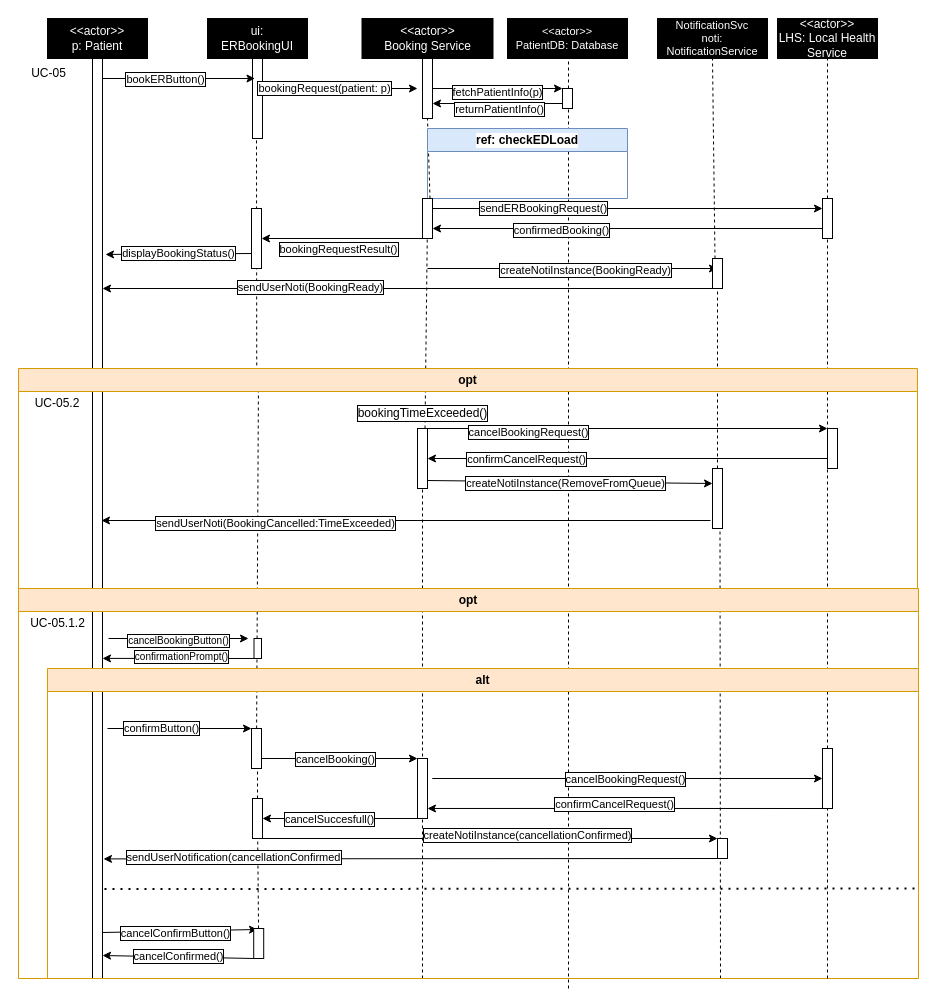
This is booking_er_sequence.drawio from uvic-teach/project-m1-team8, a draw.io file, before an edit. Source tidied: cells renumbered, new cells numbered last; positions are measured from the earlier drawing's top-left corner, leaving out a move shared by most shapes. Both pictures are drawn from the tidied source at 100%, with x=0, y=0 at pixel (17, 18).
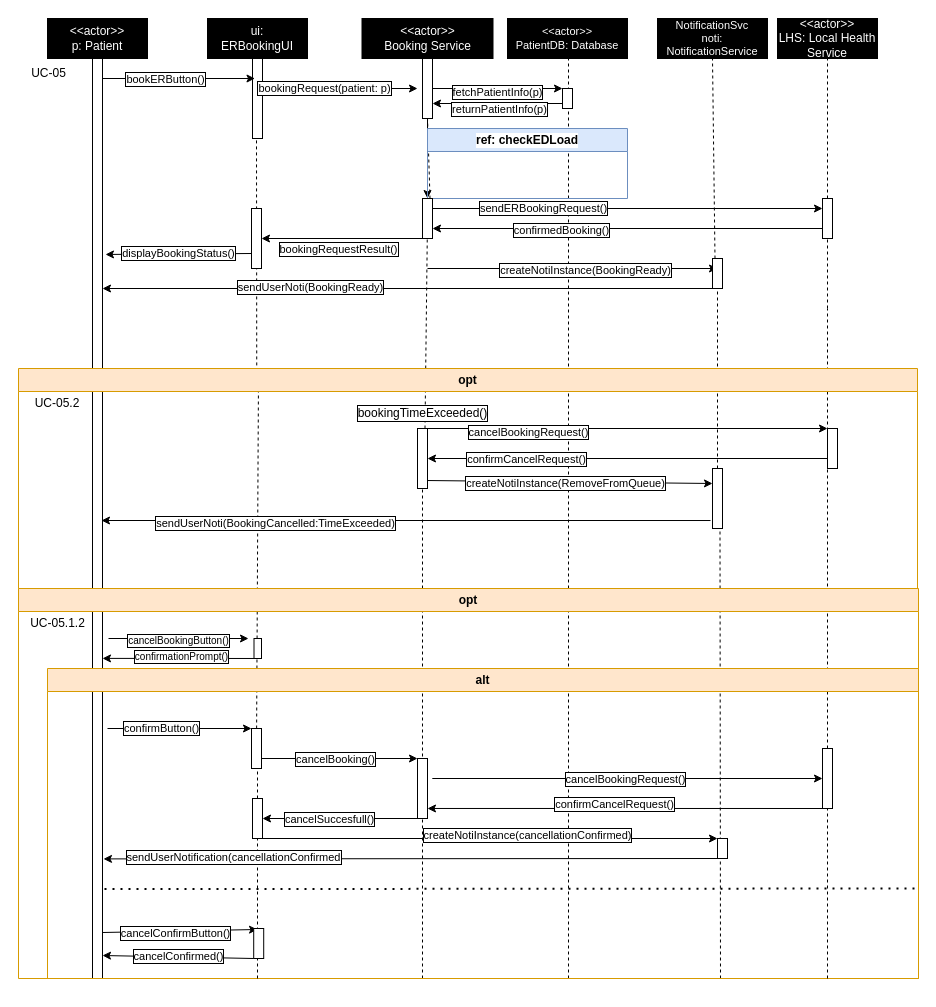
The same diagram, later.

The change refers to these unchanged cells:
```xml
<mxCell id="13" style="rounded=0;whiteSpace=wrap;html=1;" parent="1" vertex="1">
  <mxGeometry x="405" y="40" width="10" height="60" as="geometry" />
</mxCell>
<mxCell id="63" style="rounded=0;whiteSpace=wrap;html=1;" parent="1" vertex="1">
  <mxGeometry x="235" y="780" width="10" height="40" as="geometry" />
</mxCell>
<mxCell id="70" style="rounded=0;whiteSpace=wrap;html=1;" parent="1" vertex="1">
  <mxGeometry x="236.2" y="910" width="10" height="30" as="geometry" />
</mxCell>
<mxCell id="75" style="endArrow=classic;html=1;rounded=0;entryX=1;entryY=0.75;entryDx=0;entryDy=0;exitX=0;exitY=0.75;exitDx=0;exitDy=0;" parent="1" edge="1" source="39" target="13">
  <mxGeometry relative="1" as="geometry" />
</mxCell>
<mxCell id="82" style="rounded=0;whiteSpace=wrap;html=1;" parent="1" vertex="1">
  <mxGeometry x="405" y="180" width="10" height="40" as="geometry" />
</mxCell>
```

Change to the diagram source:
```diff
@@
+    <mxCell id="100" style="edgeStyle=orthogonalEdgeStyle;rounded=0;jettySize=auto;html=1;" parent="1" edge="1" source="13" target="82">
+      <mxGeometry relative="1" as="geometry" />
+    </mxCell>
@@
     <mxCell id="5" style="endArrow=none;dashed=1;html=1;rounded=0;entryX=0.5;entryY=1;entryDx=0;entryDy=0;" parent="1" edge="1">
       <mxGeometry relative="1" as="geometry">
-        <mxPoint x="551" y="970" as="sourcePoint" />
+        <mxPoint x="551" y="960" as="sourcePoint" />
         <mxPoint x="551" y="40" as="targetPoint" />
       </mxGeometry>
     </mxCell>
@@
-    <mxCell id="62" style="endArrow=none;dashed=1;html=1;rounded=0;" parent="1" edge="1" source="70" target="63">
-      <mxGeometry relative="1" as="geometry" />
+    <mxCell id="62" style="endArrow=none;dashed=1;html=1;rounded=0;" parent="1" edge="1" target="63">
+      <mxGeometry relative="1" as="geometry">
+        <mxPoint x="240" y="960" as="sourcePoint" />
+      </mxGeometry>
     </mxCell>
@@
-    <mxCell id="76" value="returnPatientInfo()" style="edgeLabel;html=1;align=center;verticalAlign=middle;labelBorderColor=default;" parent="75" vertex="1">
+    <mxCell id="76" value="returnPatientInfo(p)" style="edgeLabel;html=1;align=center;verticalAlign=middle;labelBorderColor=default;" parent="75" vertex="1">
       <mxGeometry x="0.31" y="5" relative="1" as="geometry">
         <mxPoint x="21" as="offset" />
       </mxGeometry>
     </mxCell>
```
